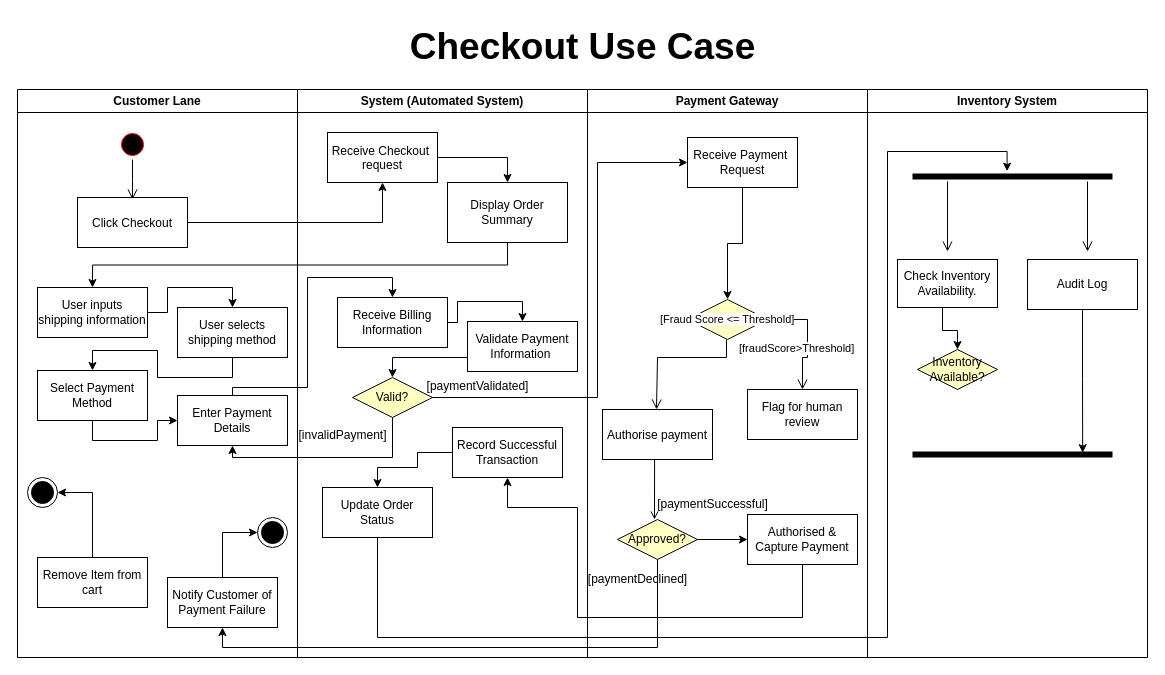
Above: ebay-1.drawio in AhmedElamari/Software-design-saved (draw.io), before the change. Source tidied: cells renumbered, new cells numbered last; positions are measured from the earlier drawing's top-left corner, leaving out a move shared by most shapes. Both pictures are drawn from the tidied source at 100%, with x=0, y=0 at pixel (17, 17).
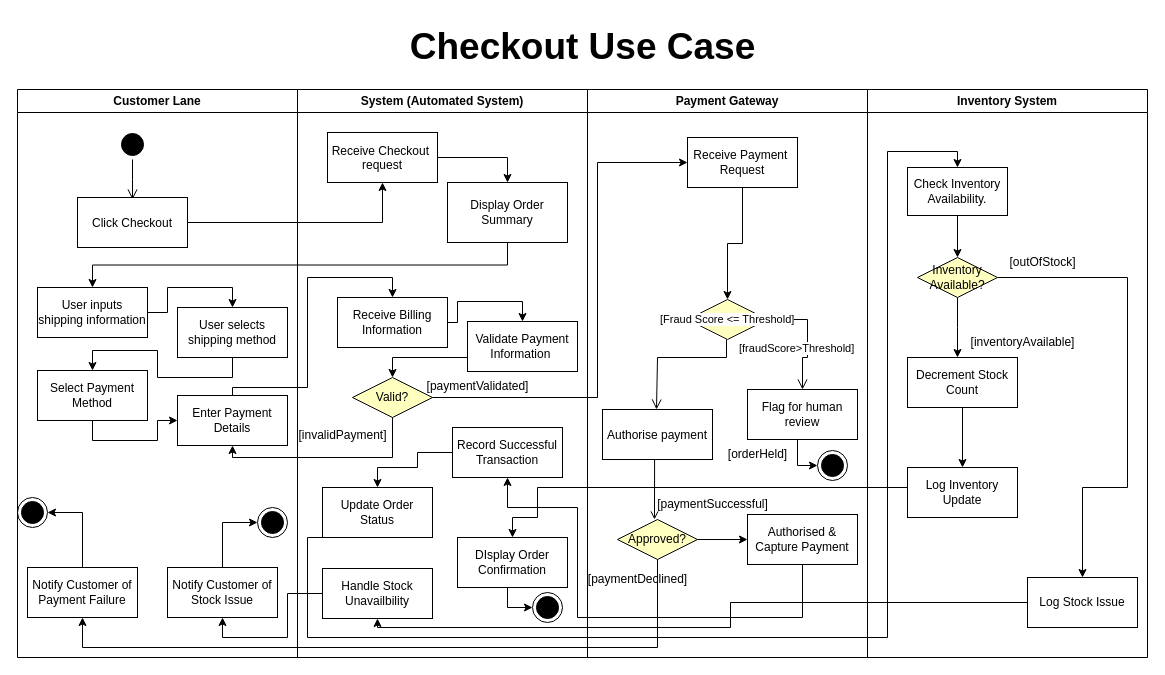
The same diagram, later.

Unchanged cells that the change refers to:
```xml
<mxCell id="2" value="Customer Lane" style="swimlane;whiteSpace=wrap;" parent="1" vertex="1">
  <mxGeometry y="72" width="280" height="568" as="geometry" />
</mxCell>
<mxCell id="19" value="Inventory System" style="swimlane;whiteSpace=wrap;" parent="1" vertex="1">
  <mxGeometry x="850" y="72" width="280" height="568" as="geometry" />
</mxCell>
<mxCell id="29" value="System (Automated System)" style="swimlane;whiteSpace=wrap;html=1;" parent="1" vertex="1">
  <mxGeometry x="280" y="72" width="290" height="568" as="geometry" />
</mxCell>
<mxCell id="42" value="Update Order Status" style="html=1;whiteSpace=wrap;" parent="29" vertex="1">
  <mxGeometry x="25" y="398" width="110" height="50" as="geometry" />
</mxCell>
<mxCell id="43" value="Payment Gateway" style="swimlane;whiteSpace=wrap;" parent="1" vertex="1">
  <mxGeometry x="570" y="72" width="280" height="568" as="geometry" />
</mxCell>
<mxCell id="51" value="Flag for human review" style="html=1;whiteSpace=wrap;" parent="43" vertex="1">
  <mxGeometry x="160" y="300" width="110" height="50" as="geometry" />
</mxCell>
<mxCell id="52" value="Approved?" style="rhombus;whiteSpace=wrap;html=1;fontColor=#000000;fillColor=#ffffc0;strokeColor=#000000;" parent="43" vertex="1">
  <mxGeometry x="30" y="430" width="80" height="40" as="geometry" />
</mxCell>
```

The edit, as a diff of the source:
```diff
@@
-    <mxCell id="3" style="ellipse;shape=startState;fillColor=#000000;strokeColor=#ff0000;" parent="2" vertex="1">
+    <mxCell id="3" style="ellipse;shape=startState;fillColor=#000000;strokeColor=#000000;" parent="2" vertex="1">
       <mxGeometry x="100" y="40" width="30" height="30" as="geometry" />
     </mxCell>
@@
-    <mxCell id="6" style="edgeStyle=orthogonalEdgeStyle;rounded=0;jettySize=auto;html=1;exitX=0.5;exitY=0;exitDx=0;exitDy=0;entryX=1;entryY=0.5;entryDx=0;entryDy=0;" parent="2" edge="1" source="7" target="8">
-      <mxGeometry relative="1" as="geometry" />
-    </mxCell>
-    <mxCell id="7" value="Remove Item from cart" style="html=1;whiteSpace=wrap;" parent="2" vertex="1">
-      <mxGeometry x="20" y="468" width="110" height="50" as="geometry" />
-    </mxCell>
-    <mxCell id="8" style="ellipse;html=1;shape=endState;fillColor=#000000;strokeColor=#000000;" parent="2" vertex="1">
-      <mxGeometry x="10" y="388" width="30" height="30" as="geometry" />
-    </mxCell>
@@
-    <mxCell id="16" style="edgeStyle=orthogonalEdgeStyle;rounded=0;jettySize=auto;html=1;exitX=0.5;exitY=0;exitDx=0;exitDy=0;entryX=0;entryY=0.5;entryDx=0;entryDy=0;" parent="2" edge="1" source="17" target="18">
+    <mxCell id="16" style="edgeStyle=orthogonalEdgeStyle;rounded=0;jettySize=auto;html=1;exitX=0.5;exitY=0;exitDx=0;exitDy=0;entryX=1;entryY=0.5;entryDx=0;entryDy=0;" parent="2" edge="1" source="17" target="18">
       <mxGeometry relative="1" as="geometry" />
     </mxCell>
     <mxCell id="17" value="Notify Customer of Payment Failure" style="html=1;whiteSpace=wrap;" parent="2" vertex="1">
-      <mxGeometry x="150" y="488" width="110" height="50" as="geometry" />
+      <mxGeometry x="10" y="478" width="110" height="50" as="geometry" />
     </mxCell>
     <mxCell id="18" style="ellipse;html=1;shape=endState;fillColor=#000000;strokeColor=light-dark(#000000, #ff9090);" parent="2" vertex="1">
-      <mxGeometry x="240" y="428" width="30" height="30" as="geometry" />
+      <mxGeometry y="408" width="30" height="30" as="geometry" />
     </mxCell>
+    <mxCell id="66" style="edgeStyle=orthogonalEdgeStyle;rounded=0;jettySize=auto;html=1;exitX=0.5;exitY=0;exitDx=0;exitDy=0;entryX=0;entryY=0.5;entryDx=0;entryDy=0;" parent="2" edge="1" source="67" target="68">
+      <mxGeometry relative="1" as="geometry" />
+    </mxCell>
+    <mxCell id="67" value="Notify Customer of Stock Issue" style="html=1;whiteSpace=wrap;" parent="2" vertex="1">
+      <mxGeometry x="150" y="478" width="110" height="50" as="geometry" />
+    </mxCell>
+    <mxCell id="68" style="ellipse;html=1;shape=endState;fillColor=#000000;strokeColor=#000000;" parent="2" vertex="1">
+      <mxGeometry x="240" y="418" width="30" height="30" as="geometry" />
+    </mxCell>
@@
+    <mxCell id="69" style="edgeStyle=orthogonalEdgeStyle;rounded=0;jettySize=auto;html=1;exitX=0.5;exitY=1;exitDx=0;exitDy=0;" parent="19" edge="1" source="27">
+      <mxGeometry relative="1" as="geometry">
+        <mxPoint x="90" y="268" as="targetPoint" />
+      </mxGeometry>
+    </mxCell>
+    <mxCell id="70" style="edgeStyle=orthogonalEdgeStyle;rounded=0;jettySize=auto;html=1;exitX=1;exitY=0.5;exitDx=0;exitDy=0;entryX=0.5;entryY=0;entryDx=0;entryDy=0;" parent="19" edge="1" source="27" target="76">
+      <mxGeometry relative="1" as="geometry">
+        <Array as="points">
+          <mxPoint x="260" y="188" />
+          <mxPoint x="260" y="398" />
+          <mxPoint x="215" y="398" />
+        </Array>
+      </mxGeometry>
+    </mxCell>
+    <mxCell id="27" value="Inventory Available?" style="rhombus;whiteSpace=wrap;html=1;fontColor=#000000;fillColor=#ffffc0;strokeColor=#000000;" parent="19" vertex="1">
+      <mxGeometry x="50" y="168" width="80" height="40" as="geometry" />
+    </mxCell>
     <mxCell id="20" style="edgeStyle=orthogonalEdgeStyle;rounded=0;jettySize=auto;html=1;exitX=0.5;exitY=1;exitDx=0;exitDy=0;entryX=0.5;entryY=0;entryDx=0;entryDy=0;" parent="19" edge="1" source="28" target="27">
-      <mxGeometry relative="1" as="geometry">
-        <Array as="points">
-          <mxPoint x="75" y="218" />
-          <mxPoint x="75" y="241" />
-          <mxPoint x="90" y="241" />
-        </Array>
-      </mxGeometry>
+      <mxGeometry relative="1" as="geometry" />
     </mxCell>
-    <mxCell id="21" style="shape=line;html=1;strokeWidth=6;" parent="19" vertex="1">
-      <mxGeometry x="45" y="82" width="200" height="10" as="geometry" />
-    </mxCell>
-    <mxCell id="22" style="edgeStyle=orthogonalEdgeStyle;html=1;verticalAlign=bottom;endArrow=open;endSize=8;rounded=0;" parent="19" edge="1">
-      <mxGeometry relative="1" as="geometry">
-        <mxPoint x="80" y="92" as="sourcePoint" />
-        <mxPoint x="80" y="162" as="targetPoint" />
-      </mxGeometry>
-    </mxCell>
-    <mxCell id="23" style="edgeStyle=orthogonalEdgeStyle;html=1;verticalAlign=bottom;endArrow=open;endSize=8;rounded=0;" parent="19" edge="1">
-      <mxGeometry relative="1" as="geometry">
-        <mxPoint x="220" y="92" as="sourcePoint" />
-        <mxPoint x="220" y="162" as="targetPoint" />
-      </mxGeometry>
-    </mxCell>
-    <mxCell id="24" value="Audit Log" style="html=1;whiteSpace=wrap;" parent="19" vertex="1">
-      <mxGeometry x="160" y="170" width="110" height="50" as="geometry" />
-    </mxCell>
-    <mxCell id="25" style="shape=line;html=1;strokeWidth=6;" parent="19" vertex="1">
-      <mxGeometry x="45" y="360" width="200" height="10" as="geometry" />
-    </mxCell>
-    <mxCell id="26" style="edgeStyle=orthogonalEdgeStyle;rounded=0;jettySize=auto;html=1;exitX=0.5;exitY=1;exitDx=0;exitDy=0;entryX=0.851;entryY=0.324;entryDx=0;entryDy=0;entryPerimeter=0;" parent="19" edge="1" source="24" target="25">
-      <mxGeometry relative="1" as="geometry" />
-    </mxCell>
-    <mxCell id="27" value="Inventory Available?" style="rhombus;whiteSpace=wrap;html=1;fontColor=#000000;fillColor=#ffffc0;strokeColor=#000000;" parent="19" vertex="1">
-      <mxGeometry x="50" y="260" width="80" height="40" as="geometry" />
-    </mxCell>
     <mxCell id="28" value="Check Inventory Availability." style="rounded=0;whiteSpace=wrap;html=1;" parent="19" vertex="1">
-      <mxGeometry x="30" y="170" width="100" height="48" as="geometry" />
+      <mxGeometry x="40" y="78" width="100" height="48" as="geometry" />
     </mxCell>
+    <mxCell id="71" value="[inventoryAvailable]" style="text;html=1;align=center;verticalAlign=middle;strokeColor=none;fillColor=none;" parent="19" vertex="1">
+      <mxGeometry x="90" y="238" width="130" height="30" as="geometry" />
+    </mxCell>
+    <mxCell id="72" value="[outOfStock]" style="text;html=1;align=center;verticalAlign=middle;strokeColor=none;fillColor=none;" parent="19" vertex="1">
+      <mxGeometry x="130" y="158" width="90" height="30" as="geometry" />
+    </mxCell>
+    <mxCell id="73" style="edgeStyle=orthogonalEdgeStyle;rounded=0;jettySize=auto;html=1;exitX=0.5;exitY=1;exitDx=0;exitDy=0;entryX=0.5;entryY=0;entryDx=0;entryDy=0;" parent="19" edge="1" source="74" target="75">
+      <mxGeometry relative="1" as="geometry" />
+    </mxCell>
+    <mxCell id="74" value="Decrement Stock Count" style="html=1;whiteSpace=wrap;" parent="19" vertex="1">
+      <mxGeometry x="40" y="268" width="110" height="50" as="geometry" />
+    </mxCell>
+    <mxCell id="75" value="Log Inventory Update" style="html=1;whiteSpace=wrap;" parent="19" vertex="1">
+      <mxGeometry x="40" y="378" width="110" height="50" as="geometry" />
+    </mxCell>
+    <mxCell id="76" value="Log Stock Issue" style="html=1;whiteSpace=wrap;" parent="19" vertex="1">
+      <mxGeometry x="160" y="488" width="110" height="50" as="geometry" />
+    </mxCell>
@@
+    <mxCell id="77" style="edgeStyle=orthogonalEdgeStyle;rounded=0;jettySize=auto;html=1;exitX=0.5;exitY=1;exitDx=0;exitDy=0;entryX=0;entryY=0.5;entryDx=0;entryDy=0;" parent="29" edge="1" source="78" target="80">
+      <mxGeometry relative="1" as="geometry">
+        <Array as="points">
+          <mxPoint x="210" y="498" />
+          <mxPoint x="210" y="518" />
+        </Array>
+      </mxGeometry>
+    </mxCell>
+    <mxCell id="78" value="DIsplay Order Confirmation" style="html=1;whiteSpace=wrap;" parent="29" vertex="1">
+      <mxGeometry x="160" y="448" width="110" height="50" as="geometry" />
+    </mxCell>
+    <mxCell id="79" value="Handle Stock Unavailbility" style="html=1;whiteSpace=wrap;" parent="29" vertex="1">
+      <mxGeometry x="25" y="479" width="110" height="50" as="geometry" />
+    </mxCell>
+    <mxCell id="80" style="ellipse;html=1;shape=endState;fillColor=#000000;strokeColor=#000000;" parent="29" vertex="1">
+      <mxGeometry x="235" y="503" width="30" height="30" as="geometry" />
+    </mxCell>
@@
+    <mxCell id="81" value="[orderHeld]" style="text;html=1;align=center;verticalAlign=middle;strokeColor=none;fillColor=none;" parent="43" vertex="1">
+      <mxGeometry x="130" y="350" width="80" height="30" as="geometry" />
+    </mxCell>
@@
     <mxCell id="64" style="edgeStyle=orthogonalEdgeStyle;rounded=0;jettySize=auto;html=1;exitX=0.5;exitY=1;exitDx=0;exitDy=0;entryX=0.5;entryY=1;entryDx=0;entryDy=0;" parent="1" edge="1" source="52" target="17">
-      <mxGeometry relative="1" as="geometry" />
+      <mxGeometry relative="1" as="geometry">
+        <Array as="points">
+          <mxPoint x="640" y="630" />
+          <mxPoint x="65" y="630" />
+        </Array>
+      </mxGeometry>
     </mxCell>
-    <mxCell id="65" style="edgeStyle=orthogonalEdgeStyle;rounded=0;jettySize=auto;html=1;exitX=0.5;exitY=1;exitDx=0;exitDy=0;entryX=0.473;entryY=-0.033;entryDx=0;entryDy=0;entryPerimeter=0;" parent="1" edge="1" source="42" target="21">
+    <mxCell id="65" style="edgeStyle=orthogonalEdgeStyle;rounded=0;jettySize=auto;html=1;exitX=0.5;exitY=1;exitDx=0;exitDy=0;entryX=0.5;entryY=0;entryDx=0;entryDy=0;" parent="1" edge="1" source="42" target="28">
       <mxGeometry relative="1" as="geometry">
         <Array as="points">
-          <mxPoint x="360" y="620" />
+          <mxPoint x="290" y="520" />
+          <mxPoint x="290" y="620" />
           <mxPoint x="870" y="620" />
           <mxPoint x="870" y="134" />
-          <mxPoint x="990" y="134" />
+          <mxPoint x="940" y="134" />
         </Array>
       </mxGeometry>
     </mxCell>
+    <mxCell id="82" style="edgeStyle=orthogonalEdgeStyle;rounded=0;jettySize=auto;html=1;exitX=0;exitY=0.5;exitDx=0;exitDy=0;entryX=0.5;entryY=1;entryDx=0;entryDy=0;" parent="1" edge="1" source="76" target="79">
+      <mxGeometry relative="1" as="geometry">
+        <Array as="points">
+          <mxPoint x="713" y="585" />
+          <mxPoint x="713" y="610" />
+          <mxPoint x="360" y="610" />
+        </Array>
+      </mxGeometry>
+    </mxCell>
+    <mxCell id="83" style="edgeStyle=orthogonalEdgeStyle;rounded=0;jettySize=auto;html=1;exitX=0;exitY=0.5;exitDx=0;exitDy=0;entryX=0.5;entryY=1;entryDx=0;entryDy=0;" parent="1" edge="1" source="79" target="67">
+      <mxGeometry relative="1" as="geometry">
+        <Array as="points">
+          <mxPoint x="270" y="576" />
+          <mxPoint x="270" y="620" />
+          <mxPoint x="205" y="620" />
+        </Array>
+      </mxGeometry>
+    </mxCell>
+    <mxCell id="84" style="ellipse;html=1;shape=endState;fillColor=#000000;strokeColor=#000000;" parent="1" vertex="1">
+      <mxGeometry x="800" y="433" width="30" height="30" as="geometry" />
+    </mxCell>
+    <mxCell id="85" style="edgeStyle=orthogonalEdgeStyle;rounded=0;jettySize=auto;html=1;exitX=0;exitY=0.5;exitDx=0;exitDy=0;entryX=0.5;entryY=0;entryDx=0;entryDy=0;" parent="1" edge="1" source="75" target="78">
+      <mxGeometry relative="1" as="geometry">
+        <Array as="points">
+          <mxPoint x="890" y="470" />
+          <mxPoint x="520" y="470" />
+          <mxPoint x="520" y="500" />
+          <mxPoint x="495" y="500" />
+        </Array>
+      </mxGeometry>
+    </mxCell>
+    <mxCell id="86" style="edgeStyle=orthogonalEdgeStyle;rounded=0;jettySize=auto;html=1;exitX=0.5;exitY=1;exitDx=0;exitDy=0;entryX=0;entryY=0.5;entryDx=0;entryDy=0;" parent="1" edge="1" source="51" target="84">
+      <mxGeometry relative="1" as="geometry">
+        <Array as="points">
+          <mxPoint x="780" y="422" />
+          <mxPoint x="780" y="448" />
+        </Array>
+      </mxGeometry>
+    </mxCell>
```
